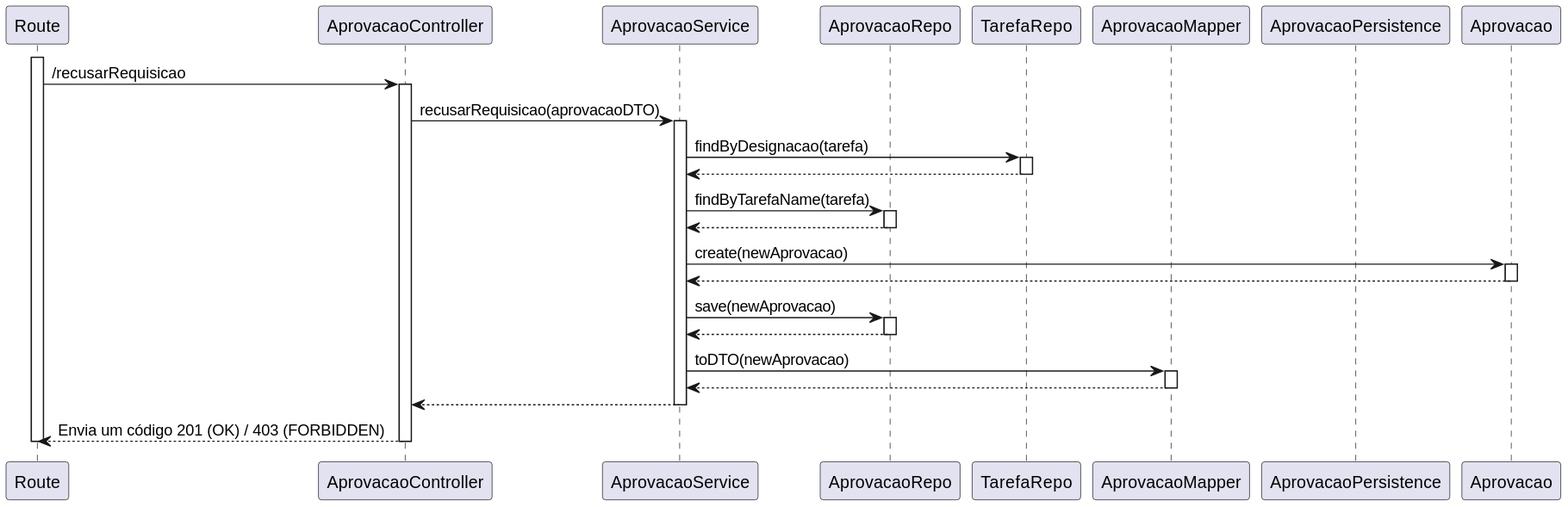
Before: docs/use_cases/Sprint C/UC470/vp3b.svg, a diagram exported from PlantUML (SlimJesus25/SEM5_PI). Its diagram source:
```plantuml
@startuml sd

participant Route as route
participant AprovacaoController as ctrl
participant AprovacaoService as svc
participant AprovacaoRepo as repoApr
participant TarefaRepo as repoTar
participant AprovacaoMapper as mapper
participant AprovacaoPersistence as pers
participant Aprovacao as model

activate route
route -> ctrl : /recusarRequisicao
activate ctrl
ctrl -> svc : recusarRequisicao(aprovacaoDTO)
activate svc
svc -> repoTar : findByDesignacao(tarefa)
activate repoTar
repoTar --> svc
deactivate repoTar
svc -> repoApr : findByTarefaName(tarefa)
activate repoApr
repoApr --> svc
deactivate repoApr
svc -> model : create(newAprovacao)
activate model
model --> svc
deactivate model
svc -> repoApr : save(newAprovacao)
activate repoApr
repoApr --> svc
deactivate repoApr
svc -> mapper : toDTO(newAprovacao)
activate mapper
mapper --> svc
deactivate mapper
svc --> ctrl
deactivate svc
ctrl --> route : Envia um código 201 (OK) / 403 (FORBIDDEN)
deactivate ctrl
deactivate route



@enduml
```
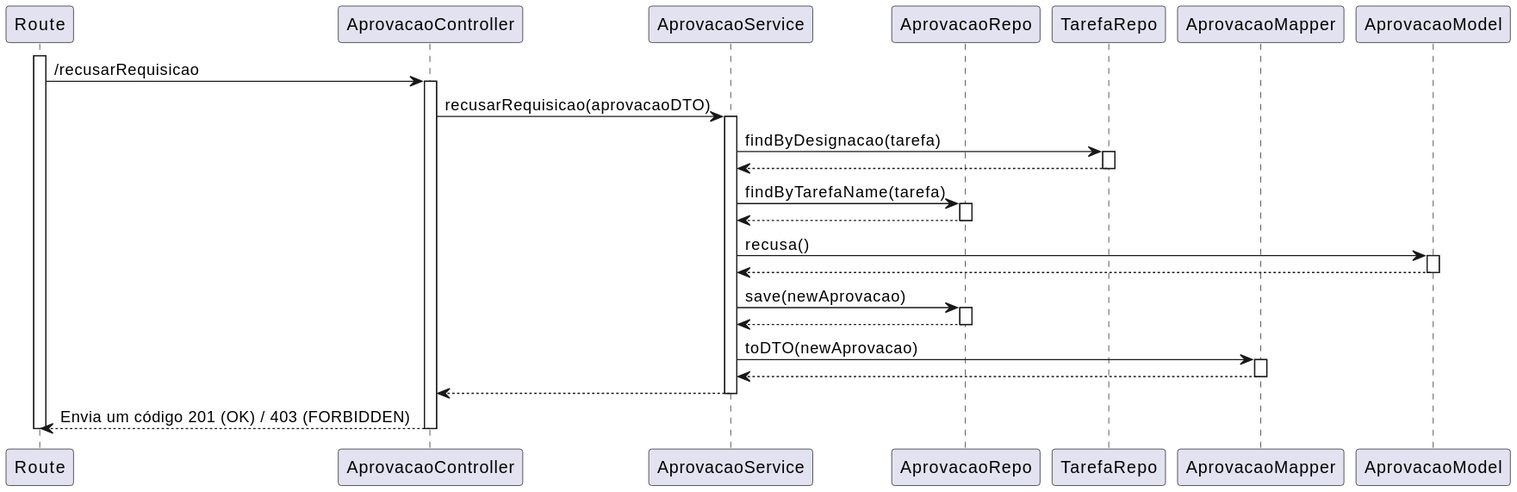
After the change.

Change to the diagram source:
```diff
@@ -6,8 +6,7 @@
 participant AprovacaoRepo as repoApr
 participant TarefaRepo as repoTar
 participant AprovacaoMapper as mapper
-participant AprovacaoPersistence as pers
-participant Aprovacao as model
+participant AprovacaoModel as model
 
 activate route
 route -> ctrl : /recusarRequisicao
@@ -22,7 +21,7 @@
 activate repoApr
 repoApr --> svc
 deactivate repoApr
-svc -> model : create(newAprovacao)
+svc -> model : recusa()
 activate model
 model --> svc
 deactivate model
```
